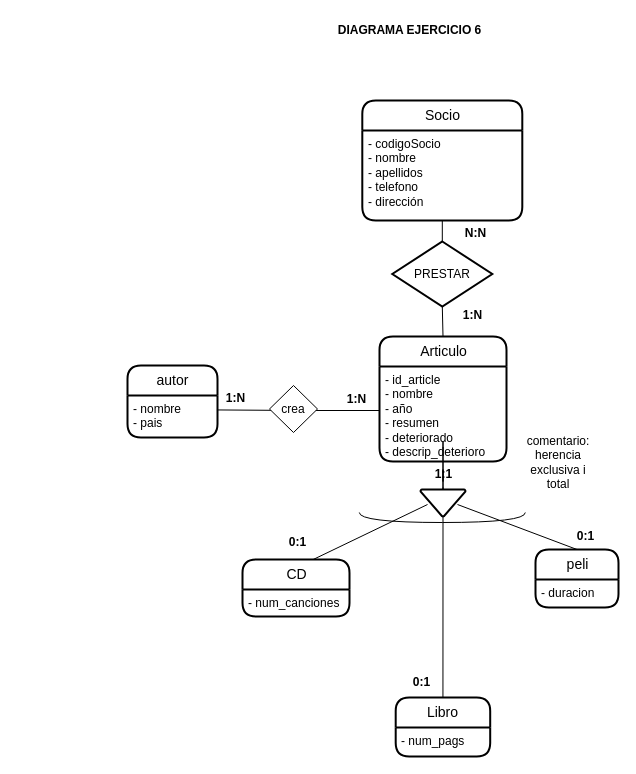
Earlier version of the draw.io diagram ex06.drawio (JuanMarinG/TA12_MYSQL). Source tidied: cells renumbered, new cells numbered last; positions are measured from the earlier drawing's top-left corner, leaving out a move shared by most shapes. Both pictures are drawn from the tidied source at 100%, with x=0, y=0 at pixel (127, 17).
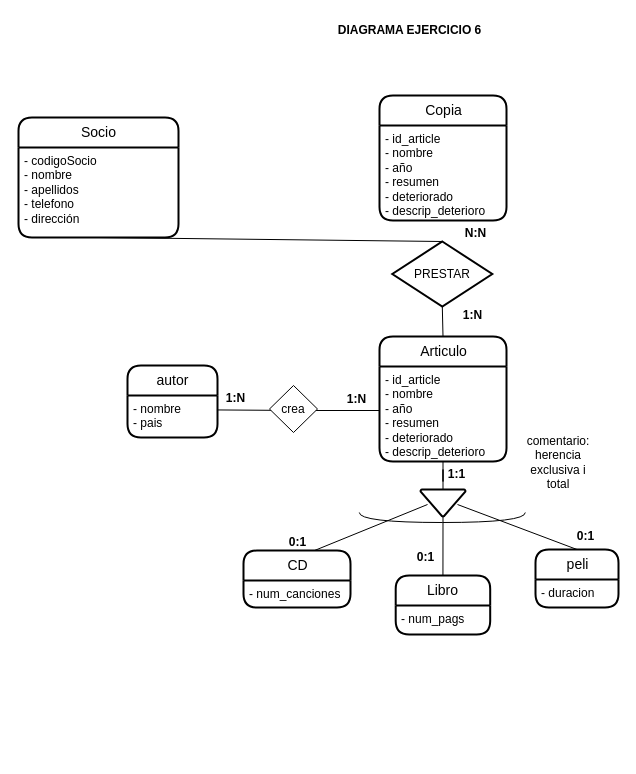
The same diagram, later.

The change refers to these unchanged cells:
```xml
<mxCell id="5" value="&lt;div&gt;- id_article&lt;/div&gt;&lt;div&gt;- nombre&lt;/div&gt;&lt;div&gt;- año&lt;/div&gt;&lt;div&gt;- resumen&lt;br&gt;&lt;/div&gt;&lt;div&gt;- deteriorado&lt;/div&gt;&lt;div&gt;- descrip_deterioro&lt;br&gt;&lt;/div&gt;&lt;div&gt;&lt;br&gt;&lt;/div&gt;" style="align=left;strokeColor=none;fillColor=none;spacingLeft=4;fontSize=12;verticalAlign=top;html=1;" parent="4" vertex="1">
  <mxGeometry y="30" width="127" height="95" as="geometry" />
</mxCell>
<mxCell id="7" style="strokeWidth=2;html=1;shape=mxgraph.flowchart.merge_or_storage;whiteSpace=wrap;fontSize=12;" parent="1" vertex="1">
  <mxGeometry x="293" y="472" width="45" height="27" as="geometry" />
</mxCell>
```

Diff of the diagram source:
```diff
@@
     <mxCell id="2" value="Socio" style="swimlane;horizontal=1;startSize=30;rounded=1;fontSize=14;fontStyle=0;strokeWidth=2;shadow=0;dashed=0;align=center;html=1;" parent="1" vertex="1">
-      <mxGeometry x="234.8" y="83" width="160" height="120" as="geometry" />
+      <mxGeometry x="-109" y="100" width="160" height="120" as="geometry" />
     </mxCell>
@@
-    <mxCell id="6" style="edgeStyle=orthogonalEdgeStyle;rounded=0;jettySize=auto;html=1;fontSize=12;endArrow=none;endFill=0;entryX=0.5;entryY=0;entryDx=0;entryDy=0;entryPerimeter=0;startArrow=none;" parent="1" edge="1" source="33" target="7">
+    <mxCell id="6" style="edgeStyle=orthogonalEdgeStyle;rounded=0;jettySize=auto;html=1;fontSize=12;endArrow=none;endFill=0;entryX=0.5;entryY=0;entryDx=0;entryDy=0;entryPerimeter=0;startArrow=none;" parent="1" edge="1" source="5" target="7">
       <mxGeometry relative="1" as="geometry" />
     </mxCell>
@@
     <mxCell id="9" value="CD" style="swimlane;horizontal=1;startSize=30;rounded=1;fontSize=14;fontStyle=0;strokeWidth=2;shadow=0;dashed=0;align=center;html=1;" parent="1" vertex="1">
-      <mxGeometry x="115" y="542" width="107" height="57" as="geometry" />
+      <mxGeometry x="116" y="533" width="107" height="57" as="geometry" />
     </mxCell>
@@
     <mxCell id="12" value="Libro" style="swimlane;horizontal=1;startSize=30;rounded=1;fontSize=14;fontStyle=0;strokeWidth=2;shadow=0;dashed=0;align=center;html=1;" parent="1" vertex="1">
-      <mxGeometry x="268.2" y="680" width="94.5" height="59" as="geometry" />
+      <mxGeometry x="268.2" y="558" width="94.5" height="59" as="geometry" />
     </mxCell>
@@
     <mxCell id="31" value="&lt;b&gt;0:1&lt;/b&gt;" style="text;html=1;align=center;verticalAlign=middle;strokeColor=none;fillColor=none;" parent="1" vertex="1">
-      <mxGeometry x="276" y="652" width="35" height="26" as="geometry" />
+      <mxGeometry x="280" y="527" width="35" height="26" as="geometry" />
     </mxCell>
@@
     <mxCell id="33" value="&lt;b&gt;1:1&lt;/b&gt;" style="text;html=1;align=center;verticalAlign=middle;points=[];strokeColor=none;fillColor=none;" parent="1" vertex="1">
-      <mxGeometry x="298" y="444" width="35" height="26" as="geometry" />
+      <mxGeometry x="311" y="444" width="35" height="26" as="geometry" />
     </mxCell>
-    <mxCell id="34" style="edgeStyle=orthogonalEdgeStyle;rounded=0;jettySize=auto;html=1;fontSize=12;endArrow=none;endFill=0;entryX=0.5;entryY=0;entryDx=0;entryDy=0;entryPerimeter=0;" parent="1" edge="1" source="5" target="33">
-      <mxGeometry relative="1" as="geometry" />
-    </mxCell>
@@
+    <mxCell id="36" value="Copia" style="swimlane;horizontal=1;startSize=30;rounded=1;fontSize=14;fontStyle=0;strokeWidth=2;shadow=0;dashed=0;align=center;html=1;" parent="1" vertex="1">
+      <mxGeometry x="252" y="78" width="127" height="125" as="geometry" />
+    </mxCell>
+    <mxCell id="37" value="&lt;div&gt;- id_article&lt;/div&gt;&lt;div&gt;- nombre&lt;/div&gt;&lt;div&gt;- año&lt;/div&gt;&lt;div&gt;- resumen&lt;br&gt;&lt;/div&gt;&lt;div&gt;- deteriorado&lt;/div&gt;&lt;div&gt;- descrip_deterioro&lt;br&gt;&lt;/div&gt;&lt;div&gt;&lt;br&gt;&lt;/div&gt;" style="align=left;strokeColor=none;fillColor=none;spacingLeft=4;fontSize=12;verticalAlign=top;html=1;" parent="36" vertex="1">
+      <mxGeometry y="30" width="127" height="95" as="geometry" />
+    </mxCell>
```
